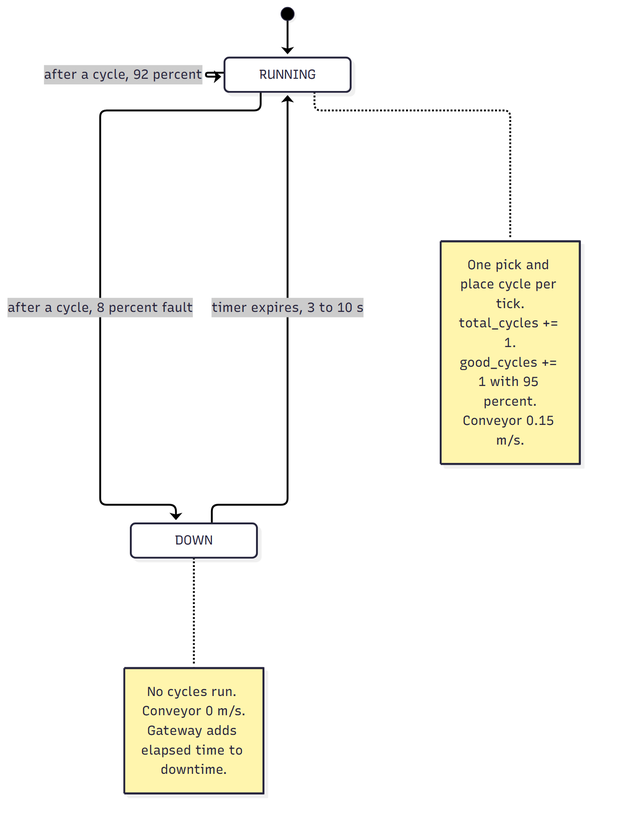
AbhishekDubasi09/aas-digital-twin keeps this Mermaid diagram as docs/diagrams/cycle_manager_states.png. Above is the earlier version. Its source is kept beside it as docs/diagrams/cycle_manager_states.mmd. The source it was exported from:
```mermaid
stateDiagram-v2
    [*] --> RUNNING
    RUNNING --> RUNNING: after a cycle, 92 percent
    RUNNING --> DOWN: after a cycle, 8 percent fault
    DOWN --> RUNNING: timer expires, 3 to 10 s
    note right of RUNNING
        One pick and place cycle per tick.
        total_cycles += 1.
        good_cycles += 1 with 95 percent.
        Conveyor 0.15 m/s.
    end note
    note right of DOWN
        No cycles run. Conveyor 0 m/s.
        Gateway adds elapsed time to downtime.
    end note
```
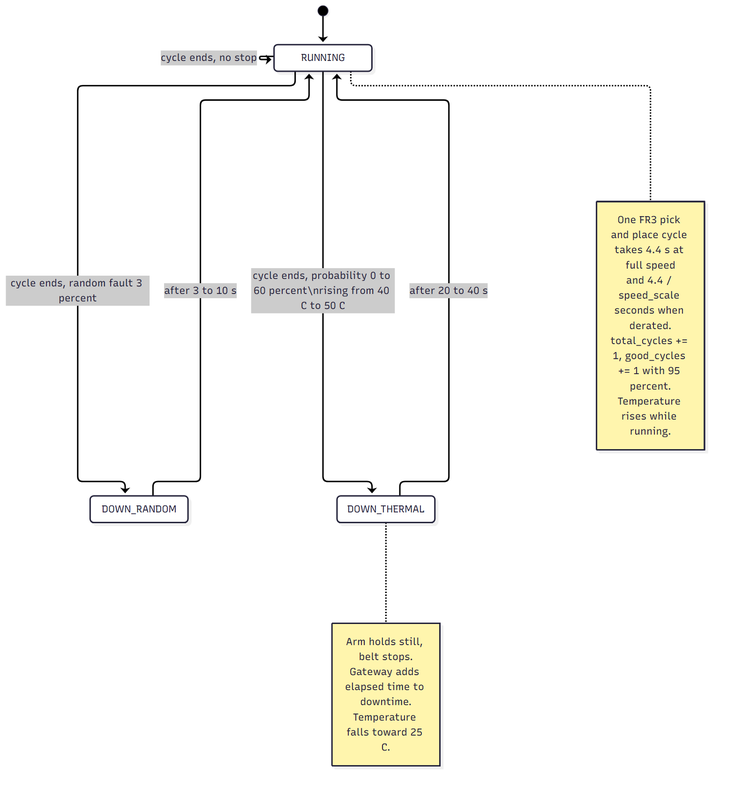
Later version of the same file.

What changed in the source:
```diff
@@ -1,15 +1,18 @@
 stateDiagram-v2
     [*] --> RUNNING
-    RUNNING --> RUNNING: after a cycle, 92 percent
-    RUNNING --> DOWN: after a cycle, 8 percent fault
-    DOWN --> RUNNING: timer expires, 3 to 10 s
+    RUNNING --> RUNNING: cycle ends, no stop
+    RUNNING --> DOWN_RANDOM: cycle ends, random fault 3 percent
+    RUNNING --> DOWN_THERMAL: cycle ends, probability 0 to 60 percent\nrising from 40 C to 50 C
+    DOWN_RANDOM --> RUNNING: after 3 to 10 s
+    DOWN_THERMAL --> RUNNING: after 20 to 40 s
     note right of RUNNING
-        One pick and place cycle per tick.
-        total_cycles += 1.
-        good_cycles += 1 with 95 percent.
-        Conveyor 0.15 m/s.
+        One FR3 pick and place cycle takes 4.4 s at full speed
+        and 4.4 / speed_scale seconds when derated.
+        total_cycles += 1, good_cycles += 1 with 95 percent.
+        Temperature rises while running.
     end note
-    note right of DOWN
-        No cycles run. Conveyor 0 m/s.
+    note right of DOWN_THERMAL
+        Arm holds still, belt stops.
         Gateway adds elapsed time to downtime.
+        Temperature falls toward 25 C.
     end note
```
